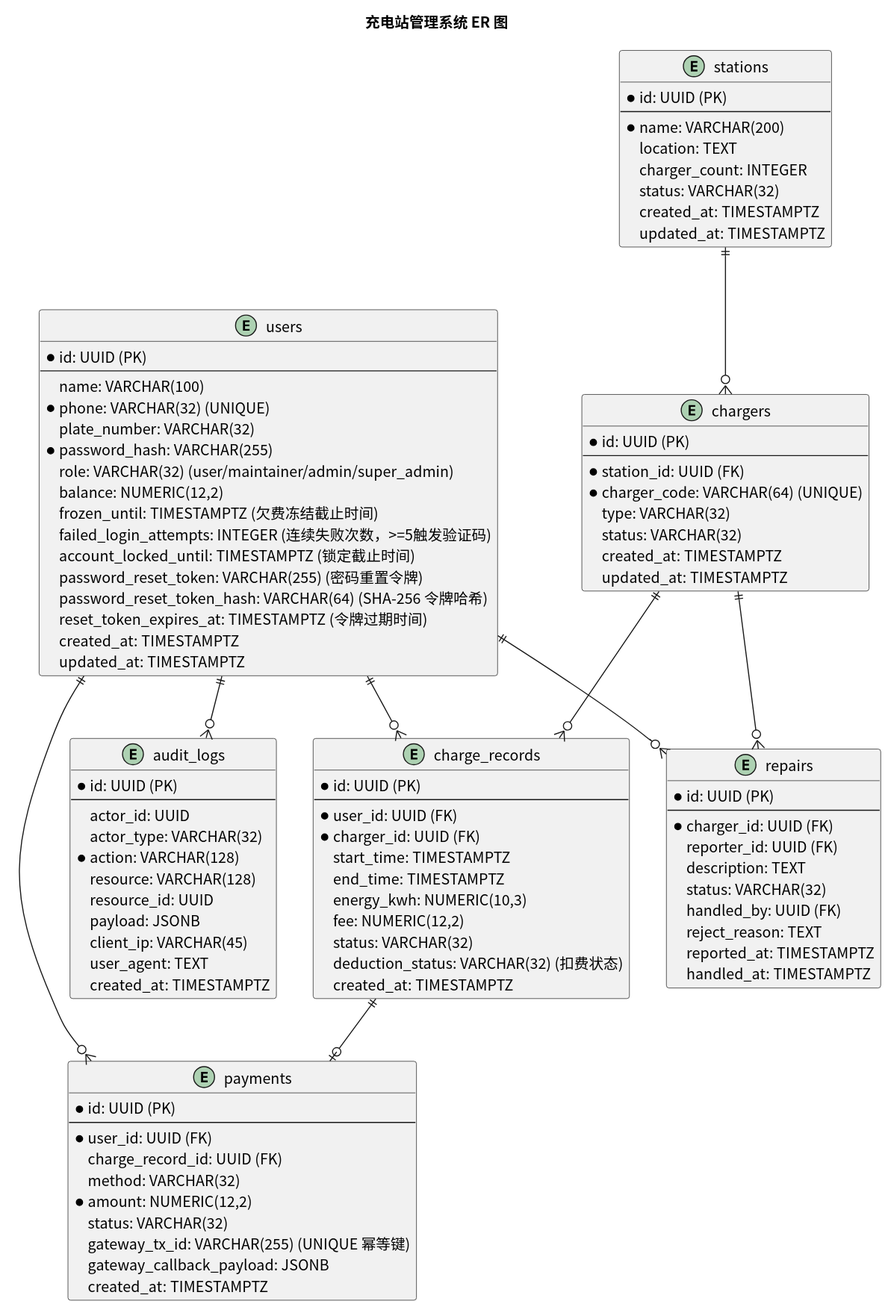
The PlantUML diagram usecase/docs/database/img/er_diagram.svg in greenhandzdl/charging-station-doc, before a commit. Its diagram source:
```plantuml
@startuml
skinparam defaultFontName "Noto Sans CJK SC"
skinparam defaultFontSize 14
title 充电站管理系统 ER 图

entity users {
  *id: UUID (PK)
  --
  name: VARCHAR(100)
  *phone: VARCHAR(32) (UNIQUE)
  plate_number: VARCHAR(32)
  *password_hash: VARCHAR(255)
  role: VARCHAR(32) (user/maintainer/admin/super_admin)
  balance: NUMERIC(12,2)
  frozen_until: TIMESTAMPTZ (欠费冻结截止时间)
  failed_login_attempts: INTEGER (连续失败次数，>=5触发验证码)
  account_locked_until: TIMESTAMPTZ (锁定截止时间)
  password_reset_token: VARCHAR(255) (密码重置令牌)
  password_reset_token_hash: VARCHAR(64) (SHA-256 令牌哈希)
  reset_token_expires_at: TIMESTAMPTZ (令牌过期时间)
  created_at: TIMESTAMPTZ
  updated_at: TIMESTAMPTZ
}

entity stations {
  *id: UUID (PK)
  --
  *name: VARCHAR(200)
  location: TEXT
  charger_count: INTEGER
  status: VARCHAR(32)
  created_at: TIMESTAMPTZ
  updated_at: TIMESTAMPTZ
}

entity chargers {
  *id: UUID (PK)
  --
  *station_id: UUID (FK)
  *charger_code: VARCHAR(64) (UNIQUE)
  type: VARCHAR(32)
  status: VARCHAR(32)
  created_at: TIMESTAMPTZ
  updated_at: TIMESTAMPTZ
}

entity charge_records {
  *id: UUID (PK)
  --
  *user_id: UUID (FK)
  *charger_id: UUID (FK)
  start_time: TIMESTAMPTZ
  end_time: TIMESTAMPTZ
  energy_kwh: NUMERIC(10,3)
  fee: NUMERIC(12,2)
  status: VARCHAR(32)
  deduction_status: VARCHAR(32) (扣费状态)
  created_at: TIMESTAMPTZ
}

entity payments {
  *id: UUID (PK)
  --
  *user_id: UUID (FK)
  charge_record_id: UUID (FK)
  method: VARCHAR(32)
  *amount: NUMERIC(12,2)
  status: VARCHAR(32)
  gateway_tx_id: VARCHAR(255) (UNIQUE 幂等键)
  gateway_callback_payload: JSONB
  created_at: TIMESTAMPTZ
}

entity repairs {
  *id: UUID (PK)
  --
  *charger_id: UUID (FK)
  reporter_id: UUID (FK)
  description: TEXT
  status: VARCHAR(32)
  handled_by: UUID (FK)
  reject_reason: TEXT
  reported_at: TIMESTAMPTZ
  handled_at: TIMESTAMPTZ
}

entity audit_logs {
  *id: UUID (PK)
  --
  actor_id: UUID
  actor_type: VARCHAR(32)
  *action: VARCHAR(128)
  resource: VARCHAR(128)
  resource_id: UUID
  payload: JSONB
  client_ip: VARCHAR(45)
  user_agent: TEXT
  created_at: TIMESTAMPTZ
}

stations ||--o{ chargers
users ||--o{ charge_records
chargers ||--o{ charge_records
users ||--o{ payments
charge_records ||--o| payments
users ||--o{ repairs
chargers ||--o{ repairs
users ||--o{ audit_logs
@enduml
```
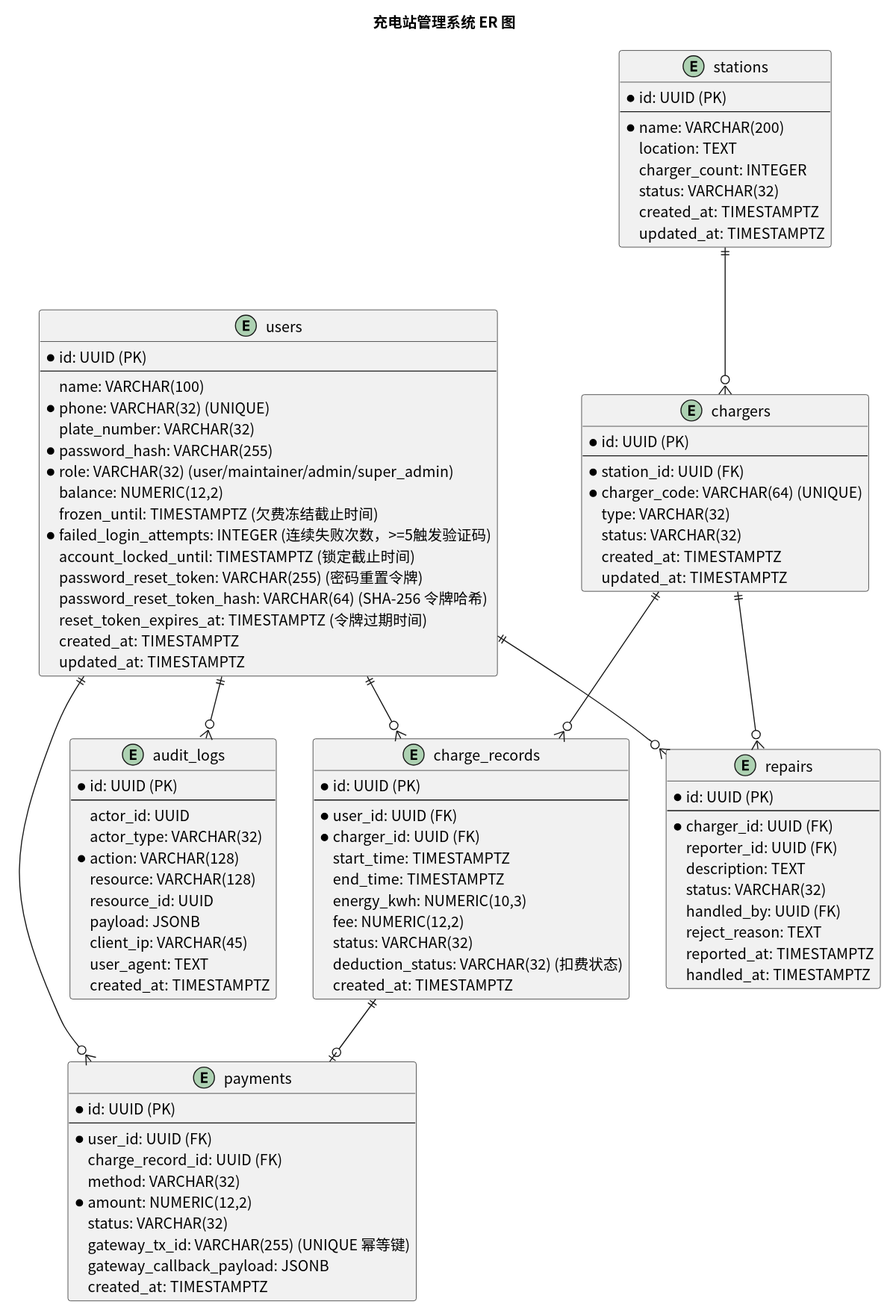
The same diagram one commit later.

Change to the diagram source:
```diff
@@ -10,10 +10,10 @@
   *phone: VARCHAR(32) (UNIQUE)
   plate_number: VARCHAR(32)
   *password_hash: VARCHAR(255)
-  role: VARCHAR(32) (user/maintainer/admin/super_admin)
+  *role: VARCHAR(32) (user/maintainer/admin/super_admin)
   balance: NUMERIC(12,2)
   frozen_until: TIMESTAMPTZ (欠费冻结截止时间)
-  failed_login_attempts: INTEGER (连续失败次数，>=5触发验证码)
+  *failed_login_attempts: INTEGER (连续失败次数，>=5触发验证码)
   account_locked_until: TIMESTAMPTZ (锁定截止时间)
   password_reset_token: VARCHAR(255) (密码重置令牌)
   password_reset_token_hash: VARCHAR(64) (SHA-256 令牌哈希)
```
